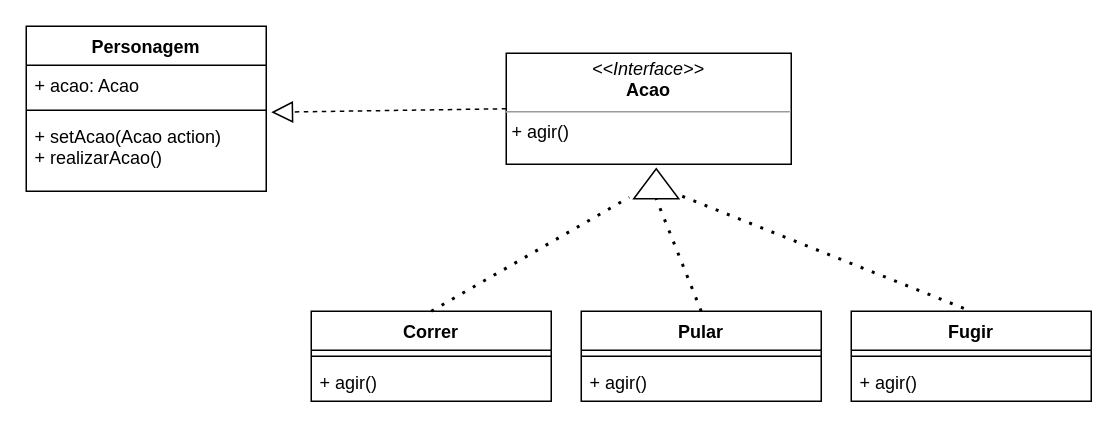
The draw.io diagram Padroes/Strategy/diagrama strategy.drawio in juliocesar1316/bertoti, before the edit. Source tidied: cells renumbered, new cells numbered last; positions are measured from the earlier drawing's top-left corner, leaving out a move shared by most shapes. Both pictures are drawn from the tidied source at 150%, with x=0, y=0 at pixel (26, 26).
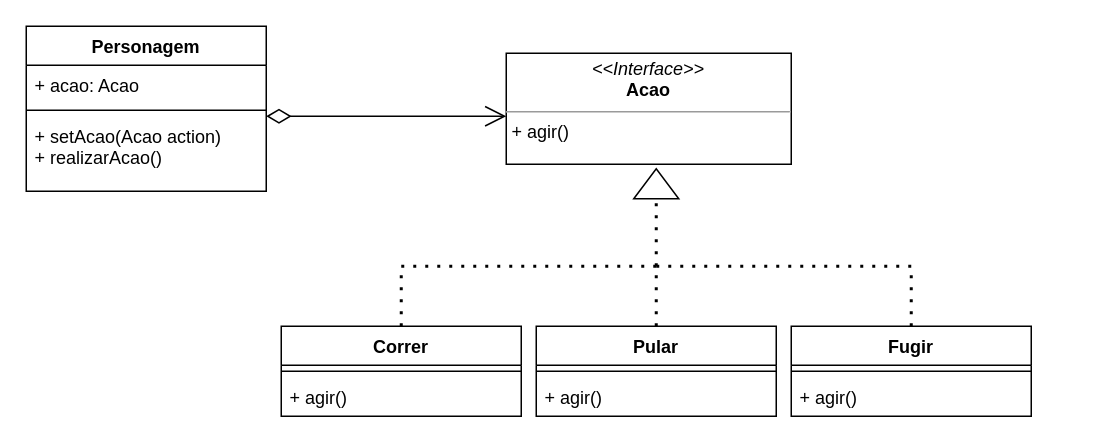
The same diagram, later.

The change refers to these unchanged cells:
```xml
<mxCell id="5" value="+ setAcao(Acao action)&lt;br&gt;+ realizarAcao()" style="text;strokeColor=none;fillColor=none;align=left;verticalAlign=top;spacingLeft=4;spacingRight=4;overflow=hidden;points=[[0,0.5],[1,0.5]];portConstraint=eastwest;whiteSpace=wrap;html=1;" parent="2" vertex="1">
  <mxGeometry y="60" width="160" height="50" as="geometry" />
</mxCell>
<mxCell id="6" value="&lt;p style=&quot;margin:0px;margin-top:4px;text-align:center;&quot;&gt;&lt;i&gt;&amp;lt;&amp;lt;Interface&amp;gt;&amp;gt;&lt;/i&gt;&lt;br&gt;&lt;b&gt;Acao&lt;/b&gt;&lt;/p&gt;&lt;hr size=&quot;1&quot;&gt;&lt;p style=&quot;margin:0px;margin-left:4px;&quot;&gt;+ agir()&lt;br&gt;&lt;/p&gt;" style="verticalAlign=top;align=left;overflow=fill;fontSize=12;fontFamily=Helvetica;html=1;whiteSpace=wrap;" parent="1" vertex="1">
  <mxGeometry x="320" y="18" width="190" height="74" as="geometry" />
</mxCell>
<mxCell id="16" style="triangle;whiteSpace=wrap;html=1;rotation=-90;" parent="1" vertex="1">
  <mxGeometry x="410" y="90" width="20" height="30" as="geometry" />
</mxCell>
```

What changed in the source:
```diff
@@
     <mxCell id="7" value="Correr" style="swimlane;fontStyle=1;align=center;verticalAlign=top;horizontal=1;startSize=26;whiteSpace=wrap;html=1;" parent="1" vertex="1">
-      <mxGeometry x="190" y="190" width="160" height="60" as="geometry" />
+      <mxGeometry x="170" y="200" width="160" height="60" as="geometry" />
     </mxCell>
@@
     <mxCell id="10" value="Pular" style="swimlane;fontStyle=1;align=center;verticalAlign=top;horizontal=1;startSize=26;whiteSpace=wrap;html=1;" parent="1" vertex="1">
-      <mxGeometry x="370" y="190" width="160" height="60" as="geometry" />
+      <mxGeometry x="340" y="200" width="160" height="60" as="geometry" />
     </mxCell>
@@
     <mxCell id="13" value="Fugir" style="swimlane;fontStyle=1;align=center;verticalAlign=top;horizontal=1;startSize=26;whiteSpace=wrap;html=1;" parent="1" vertex="1">
-      <mxGeometry x="550" y="190" width="160" height="60" as="geometry" />
+      <mxGeometry x="510" y="200" width="160" height="60" as="geometry" />
     </mxCell>
@@
-    <mxCell id="17" style="endArrow=none;dashed=1;html=1;dashPattern=1 3;strokeWidth=2;rounded=0;exitX=0.5;exitY=0;exitDx=0;exitDy=0;entryX=0.05;entryY=-0.1;entryDx=0;entryDy=0;entryPerimeter=0;" parent="1" edge="1" source="7" target="16">
-      <mxGeometry relative="1" as="geometry" />
+    <mxCell id="17" style="endArrow=none;dashed=1;html=1;dashPattern=1 3;strokeWidth=2;rounded=0;exitX=0.5;exitY=0;exitDx=0;exitDy=0;" parent="1" edge="1" source="7">
+      <mxGeometry relative="1" as="geometry">
+        <mxPoint x="420" y="160" as="targetPoint" />
+        <Array as="points">
+          <mxPoint x="250" y="160" />
+        </Array>
+      </mxGeometry>
     </mxCell>
-    <mxCell id="18" style="endArrow=none;dashed=1;html=1;dashPattern=1 3;strokeWidth=2;rounded=0;exitX=0.083;exitY=1.078;exitDx=0;exitDy=0;entryX=0.5;entryY=0;entryDx=0;entryDy=0;exitPerimeter=0;" parent="1" edge="1" source="16" target="13">
-      <mxGeometry relative="1" as="geometry" />
+    <mxCell id="18" style="endArrow=none;dashed=1;html=1;dashPattern=1 3;strokeWidth=2;rounded=0;entryX=0.5;entryY=0;entryDx=0;entryDy=0;" parent="1" edge="1" target="13">
+      <mxGeometry relative="1" as="geometry">
+        <mxPoint x="420" y="160" as="sourcePoint" />
+        <Array as="points">
+          <mxPoint x="590" y="160" />
+        </Array>
+      </mxGeometry>
     </mxCell>
     <mxCell id="19" style="endArrow=none;dashed=1;html=1;dashPattern=1 3;strokeWidth=2;rounded=0;exitX=0.5;exitY=0;exitDx=0;exitDy=0;entryX=0;entryY=0.5;entryDx=0;entryDy=0;" parent="1" edge="1" source="10" target="16">
-      <mxGeometry relative="1" as="geometry" />
+      <mxGeometry relative="1" as="geometry">
+        <Array as="points">
+          <mxPoint x="420" y="180" />
+        </Array>
+      </mxGeometry>
     </mxCell>
-    <mxCell id="20" style="endArrow=block;dashed=1;endFill=0;endSize=12;html=1;rounded=0;exitX=0;exitY=0.5;exitDx=0;exitDy=0;entryX=1.021;entryY=-0.053;entryDx=0;entryDy=0;entryPerimeter=0;" parent="1" edge="1" source="6" target="5">
-      <mxGeometry relative="1" as="geometry" />
-    </mxCell>
+    <mxCell id="21" style="endArrow=open;html=1;endSize=12;startArrow=diamondThin;startSize=14;startFill=0;edgeStyle=orthogonalEdgeStyle;align=left;verticalAlign=bottom;rounded=0;" parent="1" edge="1">
+      <mxGeometry x="-1" y="3" relative="1" as="geometry">
+        <mxPoint x="160" y="60" as="sourcePoint" />
+        <mxPoint x="320" y="60" as="targetPoint" />
+      </mxGeometry>
+    </mxCell>
```
